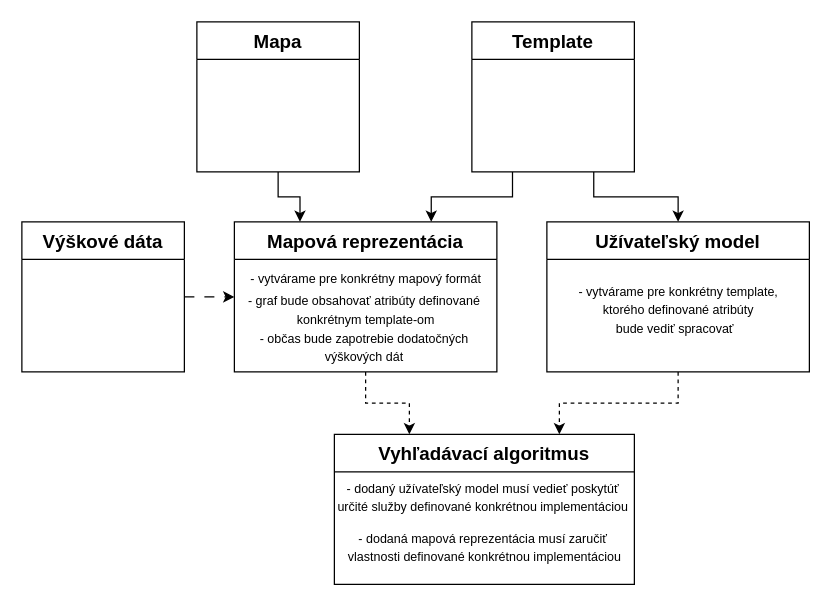
This is Text/grafy/konceptove_zavislosti.drawio from MrKukumber/Optepafi, a draw.io file, before an edit. Source tidied: cells renumbered, new cells numbered last; positions are measured from the earlier drawing's top-left corner, leaving out a move shared by most shapes. Both pictures are drawn from the tidied source at 125%, with x=0, y=0 at pixel (21, 21).
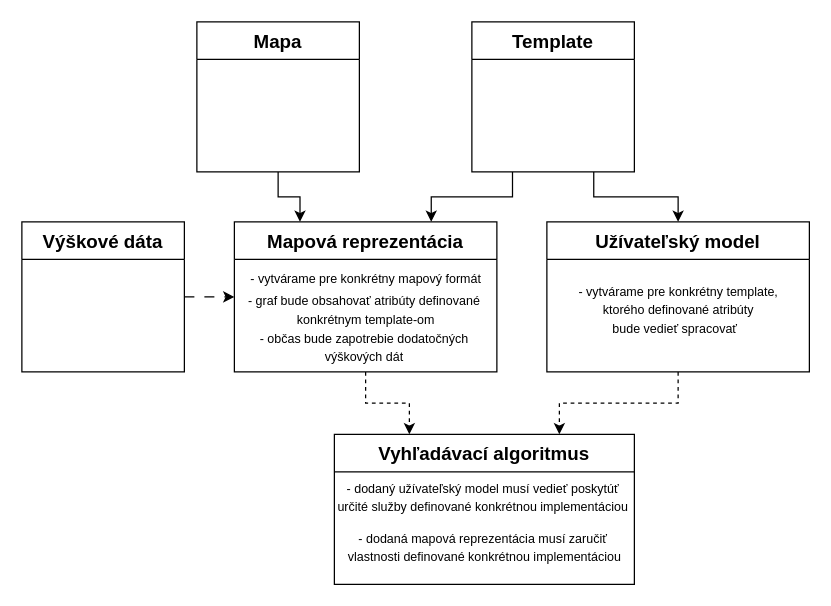
The same diagram, later.

Diff of the diagram source:
```diff
@@
 <mxGraphModel>
   <root>
     <mxCell id="0" />
     <mxCell id="1" parent="0" />
     <mxCell id="2" style="edgeStyle=orthogonalEdgeStyle;rounded=0;jettySize=auto;html=1;exitX=0.25;exitY=1;exitDx=0;exitDy=0;entryX=0.75;entryY=0;entryDx=0;entryDy=0;" parent="1" edge="1" source="4" target="8">
       <mxGeometry relative="1" as="geometry" />
     </mxCell>
     <mxCell id="3" style="edgeStyle=orthogonalEdgeStyle;rounded=0;jettySize=auto;html=1;exitX=0.75;exitY=1;exitDx=0;exitDy=0;entryX=0.5;entryY=0;entryDx=0;entryDy=0;" parent="1" edge="1" source="4" target="15">
       <mxGeometry relative="1" as="geometry" />
     </mxCell>
     <mxCell id="4" value="&lt;font style=&quot;font-size: 15px;&quot;&gt;Template&lt;/font&gt;" style="swimlane;whiteSpace=wrap;html=1;startSize=30;" parent="1" vertex="1">
       <mxGeometry x="360" width="130" height="120" as="geometry" />
     </mxCell>
     <mxCell id="5" style="edgeStyle=orthogonalEdgeStyle;rounded=0;jettySize=auto;html=1;exitX=0.5;exitY=1;exitDx=0;exitDy=0;entryX=0.25;entryY=0;entryDx=0;entryDy=0;" parent="1" edge="1" source="6" target="8">
       <mxGeometry relative="1" as="geometry" />
     </mxCell>
     <mxCell id="6" value="&lt;span style=&quot;font-size: 15px;&quot;&gt;Mapa&lt;/span&gt;" style="swimlane;whiteSpace=wrap;html=1;startSize=30;" parent="1" vertex="1">
       <mxGeometry x="140" width="130" height="120" as="geometry" />
     </mxCell>
     <mxCell id="7" style="edgeStyle=orthogonalEdgeStyle;rounded=0;jettySize=auto;html=1;entryX=0.25;entryY=0;entryDx=0;entryDy=0;dashed=1;exitX=0.5;exitY=1;exitDx=0;exitDy=0;" parent="1" edge="1" source="8" target="17">
       <mxGeometry relative="1" as="geometry" />
     </mxCell>
     <mxCell id="8" value="&lt;font style=&quot;font-size: 15px;&quot;&gt;Mapová reprezentácia&lt;/font&gt;" style="swimlane;whiteSpace=wrap;html=1;startSize=30;" parent="1" vertex="1">
       <mxGeometry x="170" y="160" width="210" height="120" as="geometry" />
     </mxCell>
     <mxCell id="9" value="&lt;font style=&quot;font-size: 10px;&quot;&gt;- vytvárame pre konkrétny mapový formát&lt;/font&gt;" style="text;html=1;align=center;verticalAlign=middle;strokeColor=none;fillColor=none;" parent="8" vertex="1">
       <mxGeometry y="30" width="210" height="30" as="geometry" />
     </mxCell>
     <mxCell id="10" value="&lt;font style=&quot;font-size: 10px;&quot;&gt;- graf bude obsahovať atribúty definované&amp;nbsp;&lt;/font&gt;&lt;div&gt;&lt;font style=&quot;font-size: 10px;&quot;&gt;konkrétnym template-om&lt;/font&gt;&lt;/div&gt;" style="text;html=1;align=center;verticalAlign=middle;strokeColor=none;fillColor=none;" parent="8" vertex="1">
       <mxGeometry y="50" width="210" height="40" as="geometry" />
     </mxCell>
     <mxCell id="11" value="&lt;span style=&quot;font-size: 10px;&quot;&gt;- občas bude zapotrebie dodatočných&amp;nbsp;&lt;/span&gt;&lt;div&gt;&lt;span style=&quot;font-size: 10px;&quot;&gt;výškových dát&amp;nbsp;&lt;/span&gt;&lt;/div&gt;" style="text;html=1;align=center;verticalAlign=middle;strokeColor=none;fillColor=none;" parent="8" vertex="1">
       <mxGeometry x="10" y="80" width="190" height="40" as="geometry" />
     </mxCell>
     <mxCell id="12" style="edgeStyle=orthogonalEdgeStyle;rounded=0;jettySize=auto;html=1;exitX=1;exitY=0.5;exitDx=0;exitDy=0;dashed=1;dashPattern=8 8;entryX=0;entryY=0.5;entryDx=0;entryDy=0;" parent="1" edge="1" source="13" target="8">
       <mxGeometry relative="1" as="geometry" />
     </mxCell>
     <mxCell id="13" value="&lt;font style=&quot;font-size: 15px;&quot;&gt;Výškové dáta&lt;/font&gt;" style="swimlane;whiteSpace=wrap;html=1;startSize=30;" parent="1" vertex="1">
       <mxGeometry y="160" width="130" height="120" as="geometry" />
     </mxCell>
     <mxCell id="14" style="edgeStyle=orthogonalEdgeStyle;rounded=0;jettySize=auto;html=1;exitX=0.5;exitY=1;exitDx=0;exitDy=0;entryX=0.75;entryY=0;entryDx=0;entryDy=0;dashed=1;" parent="1" edge="1" source="15" target="17">
       <mxGeometry relative="1" as="geometry" />
     </mxCell>
     <mxCell id="15" value="&lt;font style=&quot;font-size: 15px;&quot;&gt;Užívateľský model&lt;/font&gt;" style="swimlane;whiteSpace=wrap;html=1;startSize=30;" parent="1" vertex="1">
       <mxGeometry x="420" y="160" width="210" height="120" as="geometry" />
     </mxCell>
-    <mxCell id="16" value="&lt;font style=&quot;font-size: 10px;&quot;&gt;- vytvárame pre konkrétny template,&lt;/font&gt;&lt;div&gt;&lt;font style=&quot;font-size: 10px;&quot;&gt;&amp;nbsp;ktorého definované atribúty&amp;nbsp;&lt;/font&gt;&lt;/div&gt;&lt;div&gt;&lt;font style=&quot;font-size: 10px;&quot;&gt;bude vediť spracovať&amp;nbsp;&amp;nbsp;&lt;/font&gt;&lt;/div&gt;" style="text;html=1;align=center;verticalAlign=middle;strokeColor=none;fillColor=none;" parent="15" vertex="1">
+    <mxCell id="16" value="&lt;font style=&quot;font-size: 10px;&quot;&gt;- vytvárame pre konkrétny template,&lt;/font&gt;&lt;div&gt;&lt;font style=&quot;font-size: 10px;&quot;&gt;&amp;nbsp;ktorého definované atribúty&amp;nbsp;&lt;/font&gt;&lt;/div&gt;&lt;div&gt;&lt;font style=&quot;font-size: 10px;&quot;&gt;bude vedieť spracovať&amp;nbsp;&amp;nbsp;&lt;/font&gt;&lt;/div&gt;" style="text;html=1;align=center;verticalAlign=middle;strokeColor=none;fillColor=none;" parent="15" vertex="1">
       <mxGeometry x="15" y="40" width="180" height="60" as="geometry" />
     </mxCell>
     <mxCell id="17" value="&lt;font style=&quot;font-size: 15px;&quot;&gt;Vyhľadávací algoritmus&lt;/font&gt;" style="swimlane;whiteSpace=wrap;html=1;startSize=30;" parent="1" vertex="1">
       <mxGeometry x="250" y="330" width="240" height="120" as="geometry" />
     </mxCell>
     <mxCell id="18" value="&lt;span style=&quot;font-size: 10px;&quot;&gt;- dodaný užívateľský model musí vedieť&amp;nbsp;&lt;/span&gt;&lt;span style=&quot;font-size: 10px; background-color: initial;&quot;&gt;poskytúť&amp;nbsp;&lt;/span&gt;&lt;div&gt;&lt;span style=&quot;font-size: 10px; background-color: initial;&quot;&gt;určité služby definované&amp;nbsp;&lt;/span&gt;&lt;span style=&quot;font-size: 10px; background-color: initial;&quot;&gt;konkrétnou implementáciou&amp;nbsp;&lt;/span&gt;&lt;/div&gt;" style="text;html=1;align=center;verticalAlign=middle;strokeColor=none;fillColor=none;" parent="17" vertex="1">
       <mxGeometry x="-10" y="30" width="260" height="40" as="geometry" />
     </mxCell>
     <mxCell id="19" value="&lt;font style=&quot;font-size: 10px;&quot;&gt;- dodaná mapová reprezentácia musí zaručiť&amp;nbsp;&lt;/font&gt;&lt;div&gt;&lt;font style=&quot;font-size: 10px;&quot;&gt;vlastnosti&amp;nbsp;&lt;/font&gt;&lt;span style=&quot;font-size: 10px; background-color: initial;&quot;&gt;definované konkrétnou implementáciou&lt;/span&gt;&lt;/div&gt;" style="text;html=1;align=center;verticalAlign=middle;strokeColor=none;fillColor=none;" parent="17" vertex="1">
       <mxGeometry y="70" width="240" height="40" as="geometry" />
     </mxCell>
   </root>
 </mxGraphModel>
```
